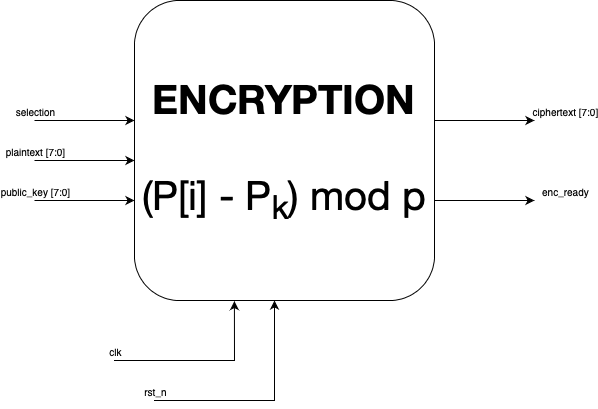
Before: doc/enc.png, a diagram exported from draw.io (GPericone/HW_project). Source tidied: cells renumbered, new cells last; positions are measured from the earlier drawing's top-left corner, leaving out a move shared by most shapes.
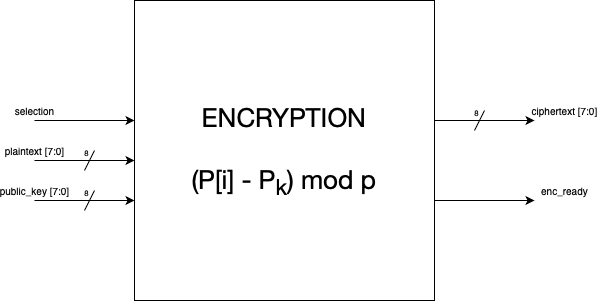
Later version of the same file.

Change to the diagram source:
```diff
@@ -5,23 +5,9 @@
     <mxCell id="2" style="rounded=0;whiteSpace=wrap;html=1;" parent="1" vertex="1">
       <mxGeometry x="190" y="240" width="120" height="60" as="geometry" />
     </mxCell>
-    <mxCell id="3" value="&lt;font face=&quot;Helvetica Neue&quot; style=&quot;font-size: 40px;&quot;&gt;&lt;b&gt;ENCRYPTION&lt;/b&gt;&lt;br&gt;&lt;br&gt;(P[i] - P&lt;sub&gt;k&lt;/sub&gt;) mod p&lt;br&gt;&lt;/font&gt;" style="whiteSpace=wrap;html=1;rounded=1;strokeWidth=1;" parent="1" vertex="1">
+    <mxCell id="3" value="&lt;font face=&quot;Helvetica Neue&quot; style=&quot;font-size: 26px;&quot;&gt;ENCRYPTION&lt;br&gt;&lt;br&gt;(P[i] - P&lt;sub&gt;k&lt;/sub&gt;) mod p&lt;br&gt;&lt;/font&gt;" style="whiteSpace=wrap;html=1;rounded=0;strokeWidth=1;" parent="1" vertex="1">
       <mxGeometry x="100" width="300" height="300" as="geometry" />
     </mxCell>
-    <mxCell id="4" style="endArrow=classic;html=1;rounded=0;fontSize=40;entryX=0.333;entryY=1.002;entryDx=0;entryDy=0;entryPerimeter=0;" parent="1" edge="1" target="3">
-      <mxGeometry relative="1" as="geometry">
-        <mxPoint x="80" y="360" as="sourcePoint" />
-        <Array as="points">
-          <mxPoint x="140" y="360" />
-          <mxPoint x="200" y="360" />
-        </Array>
-      </mxGeometry>
-    </mxCell>
-    <mxCell id="5" value="clk" style="edgeLabel;html=1;align=center;verticalAlign=middle;rounded=1;strokeWidth=1;fontSize=10;" parent="4" vertex="1">
-      <mxGeometry relative="1" as="geometry">
-        <mxPoint x="-90" y="-10" as="offset" />
-      </mxGeometry>
-    </mxCell>
     <mxCell id="6" style="endArrow=classic;html=1;rounded=0;fontSize=40;" parent="1" edge="1">
       <mxGeometry relative="1" as="geometry">
         <mxPoint y="160" as="sourcePoint" />
@@ -44,20 +30,6 @@
         <mxPoint x="-50" y="-10" as="offset" />
       </mxGeometry>
     </mxCell>
-    <mxCell id="10" style="endArrow=classic;html=1;rounded=0;fontSize=40;" parent="1" edge="1">
-      <mxGeometry relative="1" as="geometry">
-        <mxPoint x="120" y="400" as="sourcePoint" />
-        <mxPoint x="240" y="300" as="targetPoint" />
-        <Array as="points">
-          <mxPoint x="240" y="400" />
-        </Array>
-      </mxGeometry>
-    </mxCell>
-    <mxCell id="11" value="rst_n" style="edgeLabel;html=1;align=center;verticalAlign=middle;rounded=1;strokeWidth=1;fontSize=10;" parent="10" vertex="1">
-      <mxGeometry relative="1" as="geometry">
-        <mxPoint x="-110" y="-10" as="offset" />
-      </mxGeometry>
-    </mxCell>
     <mxCell id="12" style="endArrow=classic;html=1;rounded=0;fontSize=40;" parent="1" edge="1">
       <mxGeometry relative="1" as="geometry">
         <mxPoint x="400" y="200" as="sourcePoint" />
@@ -91,5 +63,38 @@
         <mxPoint x="-50" y="-10" as="offset" />
       </mxGeometry>
     </mxCell>
+    <mxCell id="18" style="endArrow=none;html=1;rounded=0;fontSize=26;" parent="1" edge="1">
+      <mxGeometry relative="1" as="geometry">
+        <mxPoint x="50" y="210" as="sourcePoint" />
+        <mxPoint x="60" y="190" as="targetPoint" />
+      </mxGeometry>
+    </mxCell>
+    <mxCell id="19" value="&lt;font style=&quot;font-size: 8px;&quot;&gt;8&lt;/font&gt;" style="edgeLabel;html=1;align=center;verticalAlign=middle;fontSize=26;labelBackgroundColor=none;" parent="18" vertex="1">
+      <mxGeometry x="0.27" y="1" relative="1" as="geometry">
+        <mxPoint x="-4" y="-10" as="offset" />
+      </mxGeometry>
+    </mxCell>
+    <mxCell id="20" style="endArrow=none;html=1;rounded=0;fontSize=26;" parent="1" edge="1">
+      <mxGeometry relative="1" as="geometry">
+        <mxPoint x="50" y="170" as="sourcePoint" />
+        <mxPoint x="60" y="150" as="targetPoint" />
+      </mxGeometry>
+    </mxCell>
+    <mxCell id="21" value="&lt;font style=&quot;font-size: 8px;&quot;&gt;8&lt;/font&gt;" style="edgeLabel;html=1;align=center;verticalAlign=middle;fontSize=26;labelBackgroundColor=none;" parent="20" vertex="1">
+      <mxGeometry x="0.27" y="1" relative="1" as="geometry">
+        <mxPoint x="-4" y="-10" as="offset" />
+      </mxGeometry>
+    </mxCell>
+    <mxCell id="22" style="endArrow=none;html=1;rounded=0;fontSize=26;" parent="1" edge="1">
+      <mxGeometry relative="1" as="geometry">
+        <mxPoint x="440" y="130" as="sourcePoint" />
+        <mxPoint x="450" y="110" as="targetPoint" />
+      </mxGeometry>
+    </mxCell>
+    <mxCell id="23" value="&lt;font style=&quot;font-size: 8px;&quot;&gt;8&lt;/font&gt;" style="edgeLabel;html=1;align=center;verticalAlign=middle;fontSize=26;labelBackgroundColor=none;" parent="22" vertex="1">
+      <mxGeometry x="0.27" y="1" relative="1" as="geometry">
+        <mxPoint x="-4" y="-10" as="offset" />
+      </mxGeometry>
+    </mxCell>
   </root>
 </mxGraphModel>
```
